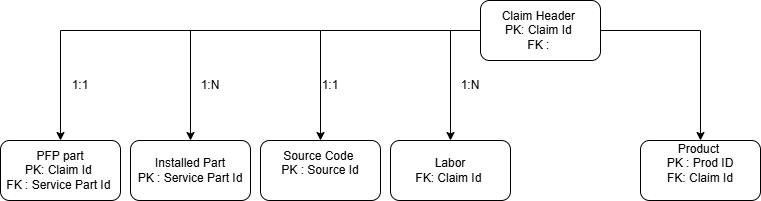
This is Claim Data Model_Logical.drawio.png from Mouparna-commit/Sql, a draw.io export, as it was before one commit. Source tidied: cells renumbered, new cells last; positions are measured from the earlier drawing's top-left corner, leaving out a move shared by most shapes.
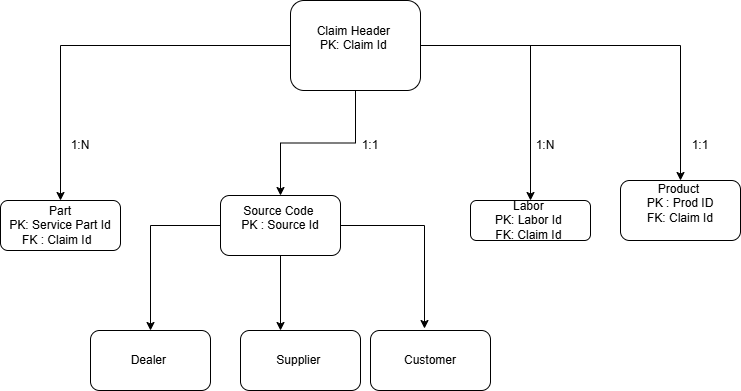
Later version of the same file.

Diff of the diagram source:
```diff
@@ -5,51 +5,64 @@
     <mxCell id="2" style="edgeStyle=orthogonalEdgeStyle;rounded=0;jettySize=auto;html=1;" parent="1" edge="1" source="7" target="8">
       <mxGeometry relative="1" as="geometry" />
     </mxCell>
-    <mxCell id="3" style="edgeStyle=orthogonalEdgeStyle;rounded=0;jettySize=auto;html=1;" parent="1" edge="1" source="7" target="10">
-      <mxGeometry relative="1" as="geometry" />
-    </mxCell>
-    <mxCell id="4" style="edgeStyle=orthogonalEdgeStyle;rounded=0;jettySize=auto;html=1;" parent="1" edge="1" source="7" target="11">
-      <mxGeometry relative="1" as="geometry">
-        <Array as="points">
-          <mxPoint x="450" y="30" />
-        </Array>
-      </mxGeometry>
-    </mxCell>
+    <mxCell id="6" style="edgeStyle=orthogonalEdgeStyle;rounded=0;jettySize=auto;html=1;" parent="1" edge="1" source="7" target="16">
+      <mxGeometry relative="1" as="geometry" />
+    </mxCell>
-    <mxCell id="5" style="edgeStyle=orthogonalEdgeStyle;rounded=0;jettySize=auto;html=1;exitX=0;exitY=0.5;exitDx=0;exitDy=0;entryX=0.5;entryY=0;entryDx=0;entryDy=0;" parent="1" edge="1" source="7" target="14">
+    <mxCell id="5" style="edgeStyle=orthogonalEdgeStyle;rounded=0;jettySize=auto;html=1;entryX=0.5;entryY=0;entryDx=0;entryDy=0;" parent="1" edge="1" source="7" target="14">
       <mxGeometry relative="1" as="geometry" />
     </mxCell>
-    <mxCell id="6" style="edgeStyle=orthogonalEdgeStyle;rounded=0;jettySize=auto;html=1;" parent="1" edge="1" source="7" target="16">
-      <mxGeometry relative="1" as="geometry" />
-    </mxCell>
+    <mxCell id="17" style="edgeStyle=orthogonalEdgeStyle;rounded=0;jettySize=auto;html=1;" parent="1" edge="1" source="7" target="22">
+      <mxGeometry relative="1" as="geometry" />
+    </mxCell>
-    <mxCell id="7" value="Claim Header&amp;nbsp;&lt;br&gt;PK: Claim Id&amp;nbsp;&lt;div&gt;FK :&amp;nbsp;&lt;/div&gt;" style="rounded=1;whiteSpace=wrap;html=1;" parent="1" vertex="1">
-      <mxGeometry x="480" width="120" height="60" as="geometry" />
+    <mxCell id="7" value="Claim Header&amp;nbsp;&lt;br&gt;PK: Claim Id&amp;nbsp;&lt;div&gt;&amp;nbsp;&lt;/div&gt;" style="rounded=1;whiteSpace=wrap;html=1;" parent="1" vertex="1">
+      <mxGeometry x="290" y="-60" width="130" height="90" as="geometry" />
     </mxCell>
-    <mxCell id="8" value="PFP part&lt;div&gt;PK: Claim Id&amp;nbsp;&lt;/div&gt;&lt;div&gt;FK : Service Part Id&amp;nbsp;&lt;/div&gt;" style="whiteSpace=wrap;html=1;rounded=1;" parent="1" vertex="1">
-      <mxGeometry y="140" width="120" height="60" as="geometry" />
+    <mxCell id="8" value="Part&lt;div&gt;PK: Service Part Id&lt;/div&gt;&lt;div&gt;FK : Claim Id&amp;nbsp;&amp;nbsp;&lt;/div&gt;" style="whiteSpace=wrap;html=1;rounded=1;" parent="1" vertex="1">
+      <mxGeometry y="140" width="120" height="50" as="geometry" />
     </mxCell>
-    <mxCell id="9" value="1:1" style="text;html=1;whiteSpace=wrap;strokeColor=none;fillColor=none;align=center;verticalAlign=middle;rounded=0;" parent="1" vertex="1">
+    <mxCell id="9" value="1:N" style="text;html=1;whiteSpace=wrap;strokeColor=none;fillColor=none;align=center;verticalAlign=middle;rounded=0;" parent="1" vertex="1">
       <mxGeometry x="50" y="70" width="60" height="30" as="geometry" />
     </mxCell>
-    <mxCell id="10" value="Installed Part&lt;br&gt;PK : Service Part Id" style="whiteSpace=wrap;html=1;rounded=1;" parent="1" vertex="1">
-      <mxGeometry x="130" y="140" width="120" height="60" as="geometry" />
-    </mxCell>
-    <mxCell id="11" value="Labor&lt;div&gt;FK: Claim Id&amp;nbsp;&lt;/div&gt;" style="whiteSpace=wrap;html=1;rounded=1;" parent="1" vertex="1">
-      <mxGeometry x="390" y="140" width="120" height="60" as="geometry" />
-    </mxCell>
-    <mxCell id="12" value="1:N" style="text;html=1;whiteSpace=wrap;strokeColor=none;fillColor=none;align=center;verticalAlign=middle;rounded=0;" parent="1" vertex="1">
-      <mxGeometry x="180" y="70" width="60" height="30" as="geometry" />
-    </mxCell>
     <mxCell id="13" value="1:N" style="text;html=1;whiteSpace=wrap;strokeColor=none;fillColor=none;align=center;verticalAlign=middle;rounded=0;" parent="1" vertex="1">
-      <mxGeometry x="440" y="70" width="60" height="30" as="geometry" />
+      <mxGeometry x="515" y="70" width="60" height="30" as="geometry" />
     </mxCell>
+    <mxCell id="18" style="edgeStyle=orthogonalEdgeStyle;rounded=0;jettySize=auto;html=1;" parent="1" edge="1" source="14" target="20">
+      <mxGeometry relative="1" as="geometry" />
+    </mxCell>
+    <mxCell id="19" style="edgeStyle=orthogonalEdgeStyle;rounded=0;jettySize=auto;html=1;" parent="1" edge="1" source="14" target="21">
+      <mxGeometry relative="1" as="geometry">
+        <Array as="points">
+          <mxPoint x="340" y="270" />
+          <mxPoint x="340" y="270" />
+        </Array>
+      </mxGeometry>
+    </mxCell>
     <mxCell id="14" value="Source Code&amp;nbsp;&lt;br&gt;PK : Source Id&lt;div&gt;&lt;br/&gt;&lt;/div&gt;" style="rounded=1;whiteSpace=wrap;html=1;" parent="1" vertex="1">
-      <mxGeometry x="260" y="140" width="120" height="60" as="geometry" />
+      <mxGeometry x="220" y="135" width="120" height="60" as="geometry" />
     </mxCell>
     <mxCell id="15" value="1:1" style="text;html=1;whiteSpace=wrap;strokeColor=none;fillColor=none;align=center;verticalAlign=middle;rounded=0;" parent="1" vertex="1">
-      <mxGeometry x="300" y="70" width="60" height="30" as="geometry" />
+      <mxGeometry x="340" y="70" width="60" height="30" as="geometry" />
     </mxCell>
     <mxCell id="16" value="Product&amp;nbsp;&lt;div&gt;PK : Prod ID&lt;br&gt;FK: Claim Id&lt;/div&gt;&lt;div&gt;&lt;br&gt;&lt;/div&gt;" style="whiteSpace=wrap;html=1;rounded=1;" parent="1" vertex="1">
-      <mxGeometry x="640" y="140" width="120" height="60" as="geometry" />
+      <mxGeometry x="620" y="120" width="120" height="60" as="geometry" />
     </mxCell>
+    <mxCell id="20" value="Dealer&amp;nbsp;" style="whiteSpace=wrap;html=1;rounded=1;" parent="1" vertex="1">
+      <mxGeometry x="90" y="270" width="120" height="60" as="geometry" />
+    </mxCell>
+    <mxCell id="21" value="Supplier&amp;nbsp;" style="whiteSpace=wrap;html=1;rounded=1;" parent="1" vertex="1">
+      <mxGeometry x="240" y="270" width="120" height="60" as="geometry" />
+    </mxCell>
+    <mxCell id="22" value="Labor&amp;nbsp;&lt;br&gt;PK: Labor Id&amp;nbsp;&lt;div&gt;FK: Claim Id&amp;nbsp;&lt;/div&gt;" style="whiteSpace=wrap;html=1;rounded=1;" parent="1" vertex="1">
+      <mxGeometry x="470" y="140" width="120" height="40" as="geometry" />
+    </mxCell>
+    <mxCell id="23" value="Customer" style="whiteSpace=wrap;html=1;rounded=1;" parent="1" vertex="1">
+      <mxGeometry x="370" y="270" width="120" height="60" as="geometry" />
+    </mxCell>
+    <mxCell id="24" value="1:1" style="text;html=1;whiteSpace=wrap;strokeColor=none;fillColor=none;align=center;verticalAlign=middle;rounded=0;" parent="1" vertex="1">
+      <mxGeometry x="680" y="70" width="40" height="30" as="geometry" />
+    </mxCell>
+    <mxCell id="25" style="edgeStyle=orthogonalEdgeStyle;rounded=0;jettySize=auto;html=1;entryX=0.45;entryY=-0.033;entryDx=0;entryDy=0;entryPerimeter=0;" parent="1" edge="1" source="14" target="23">
+      <mxGeometry relative="1" as="geometry" />
+    </mxCell>
   </root>
 </mxGraphModel>
```
